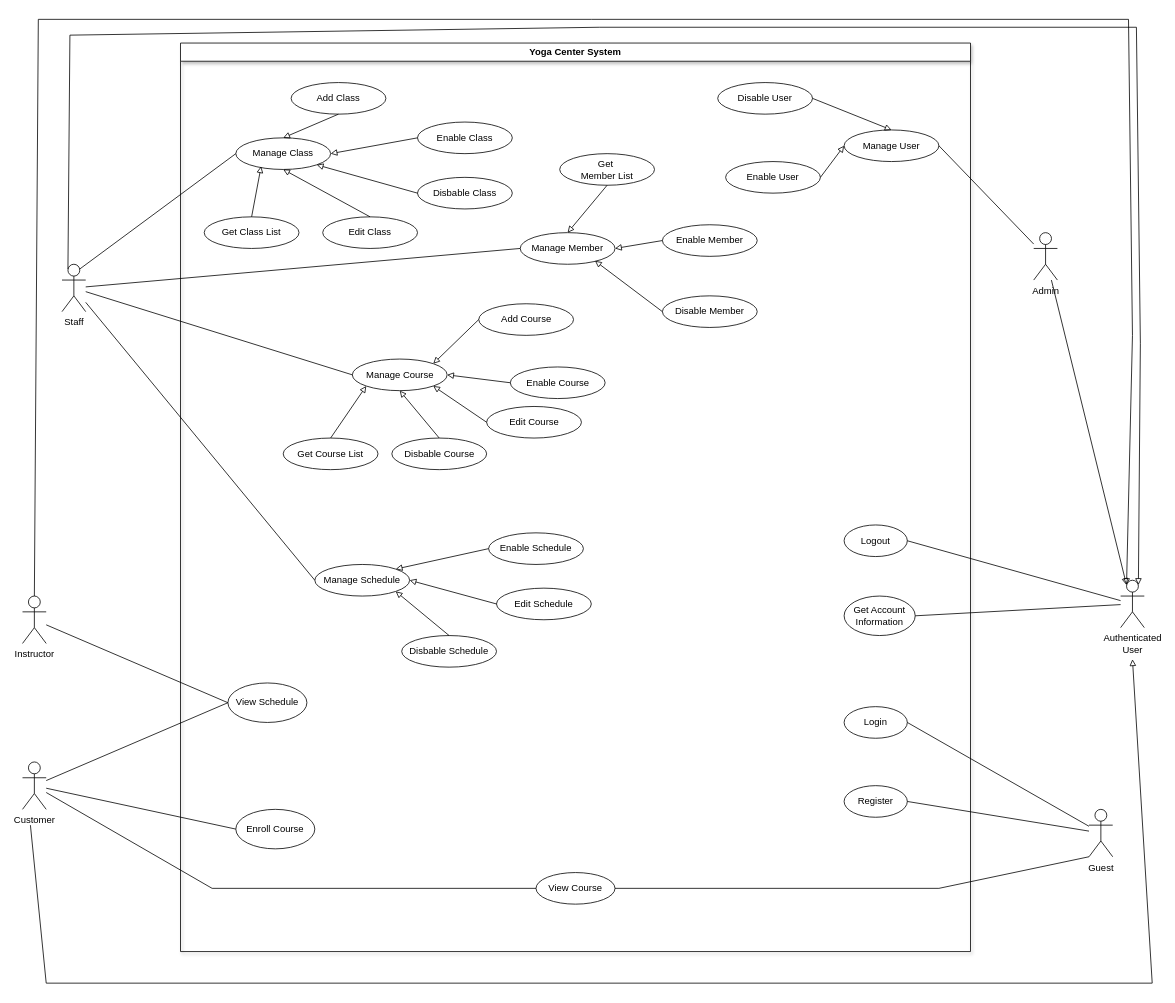
This is page "SWR1" (4 of 4) of Untitled Diagram.drawio from minhng-178/web-starter-projects, a draw.io file, before an edit. Source tidied: cells renumbered, new cells numbered last; positions are measured from the earlier drawing's top-left corner, leaving out a move shared by most shapes. Both pictures are drawn from the tidied source at 79%, with x=0, y=0 at pixel (22, 19).
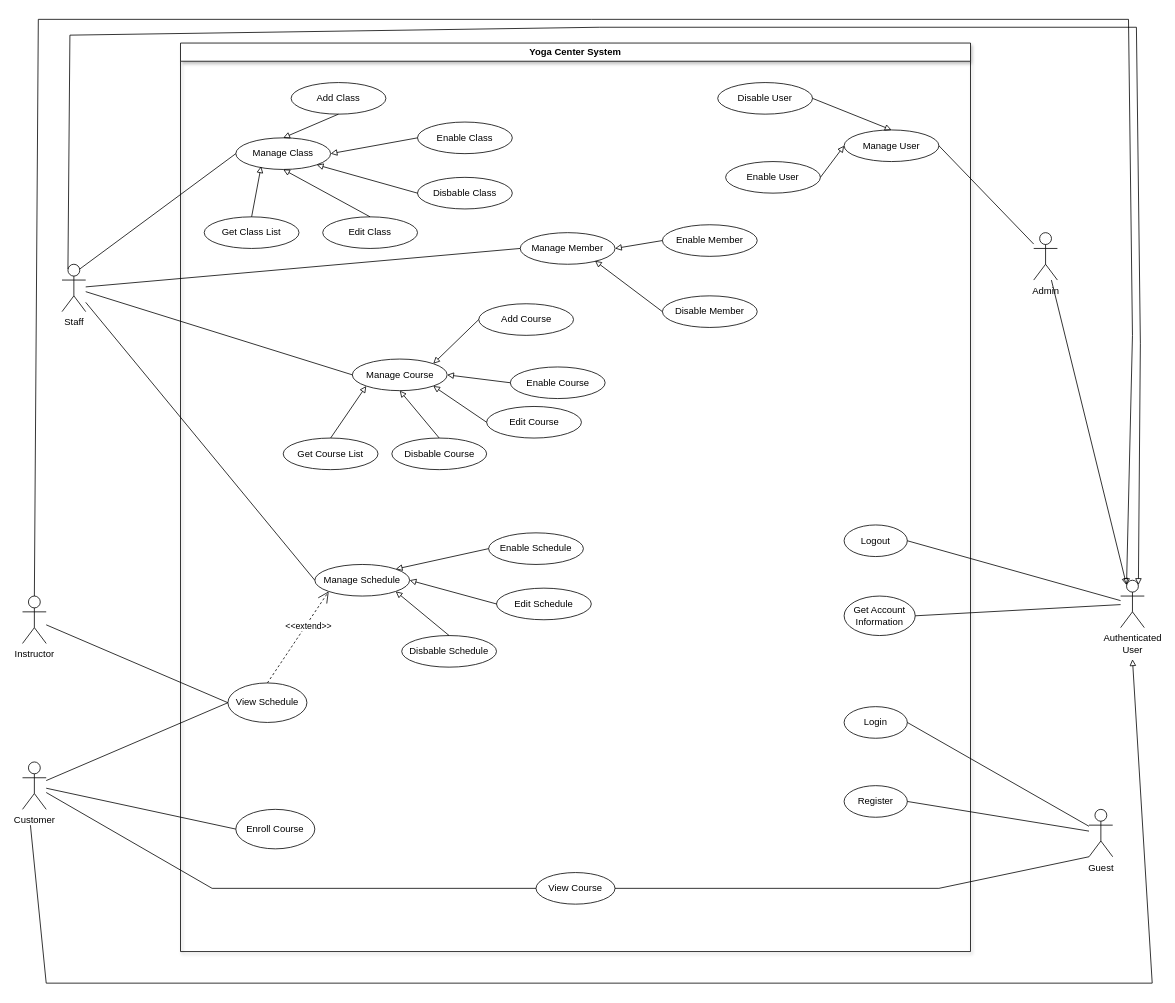
After the change.

The change refers to these unchanged cells:
```xml
<mxCell id="2" value="Yoga Center System" style="swimlane;whiteSpace=wrap;html=1;shadow=1;fontStyle=1;" parent="1" vertex="1">
  <mxGeometry x="200" y="30" width="1000" height="1150" as="geometry" />
</mxCell>
<mxCell id="12" value="View Schedule" style="ellipse;whiteSpace=wrap;html=1;" parent="2" vertex="1">
  <mxGeometry x="60" y="810" width="100" height="50" as="geometry" />
</mxCell>
<mxCell id="40" value="Manage Schedule" style="ellipse;whiteSpace=wrap;html=1;" parent="2" vertex="1">
  <mxGeometry x="170" y="660" width="120" height="40" as="geometry" />
</mxCell>
<mxCell id="41" value="Manage Member" style="ellipse;whiteSpace=wrap;html=1;" parent="2" vertex="1">
  <mxGeometry x="430" y="240" width="120" height="40" as="geometry" />
</mxCell>
```

What changed in the source:
```diff
@@
-    <mxCell id="50" value="Get&amp;nbsp;&lt;br&gt;Member List" style="ellipse;whiteSpace=wrap;html=1;" parent="2" vertex="1">
-      <mxGeometry x="480" y="140" width="120" height="40" as="geometry" />
-    </mxCell>
-    <mxCell id="51" style="endArrow=block;html=1;rounded=0;endFill=0;exitX=0.5;exitY=1;exitDx=0;exitDy=0;entryX=0.5;entryY=0;entryDx=0;entryDy=0;" parent="2" edge="1" source="50" target="41">
-      <mxGeometry relative="1" as="geometry" />
-    </mxCell>
+    <mxCell id="75" style="endArrow=open;dashed=1;endFill=0;endSize=12;html=1;rounded=0;exitX=0.5;exitY=0;exitDx=0;exitDy=0;entryX=0;entryY=1;entryDx=0;entryDy=0;" parent="2" edge="1" source="12" target="40">
+      <mxGeometry relative="1" as="geometry" />
+    </mxCell>
+    <mxCell id="76" value="&amp;lt;&amp;lt;extend&amp;gt;&amp;gt;" style="edgeLabel;html=1;align=center;verticalAlign=middle;" parent="75" vertex="1">
+      <mxGeometry x="0.28" y="-2" relative="1" as="geometry" />
+    </mxCell>
```
